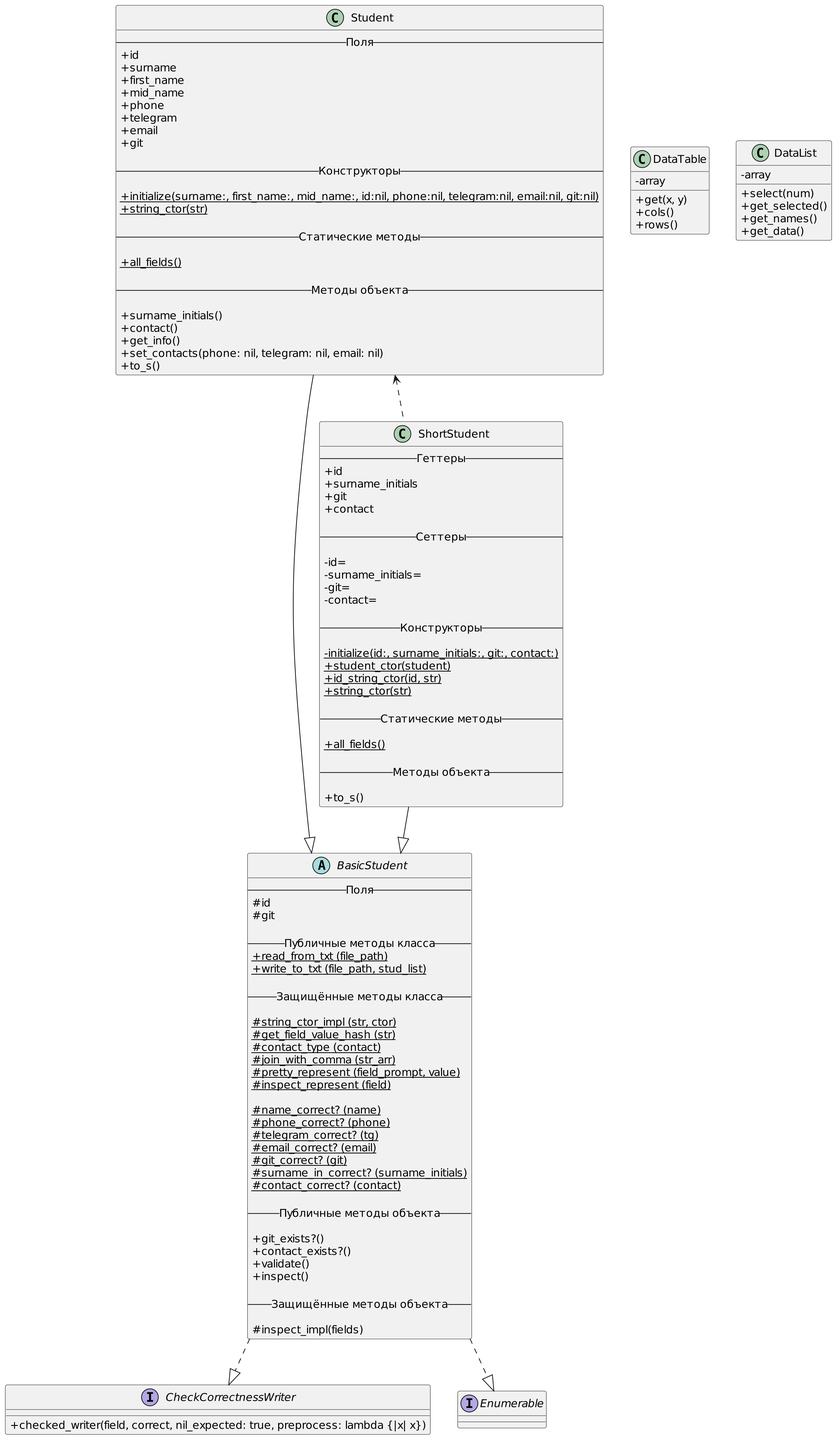
Before: LR2/uml/uml.png, a diagram exported from PlantUML (wintttr/OOP).
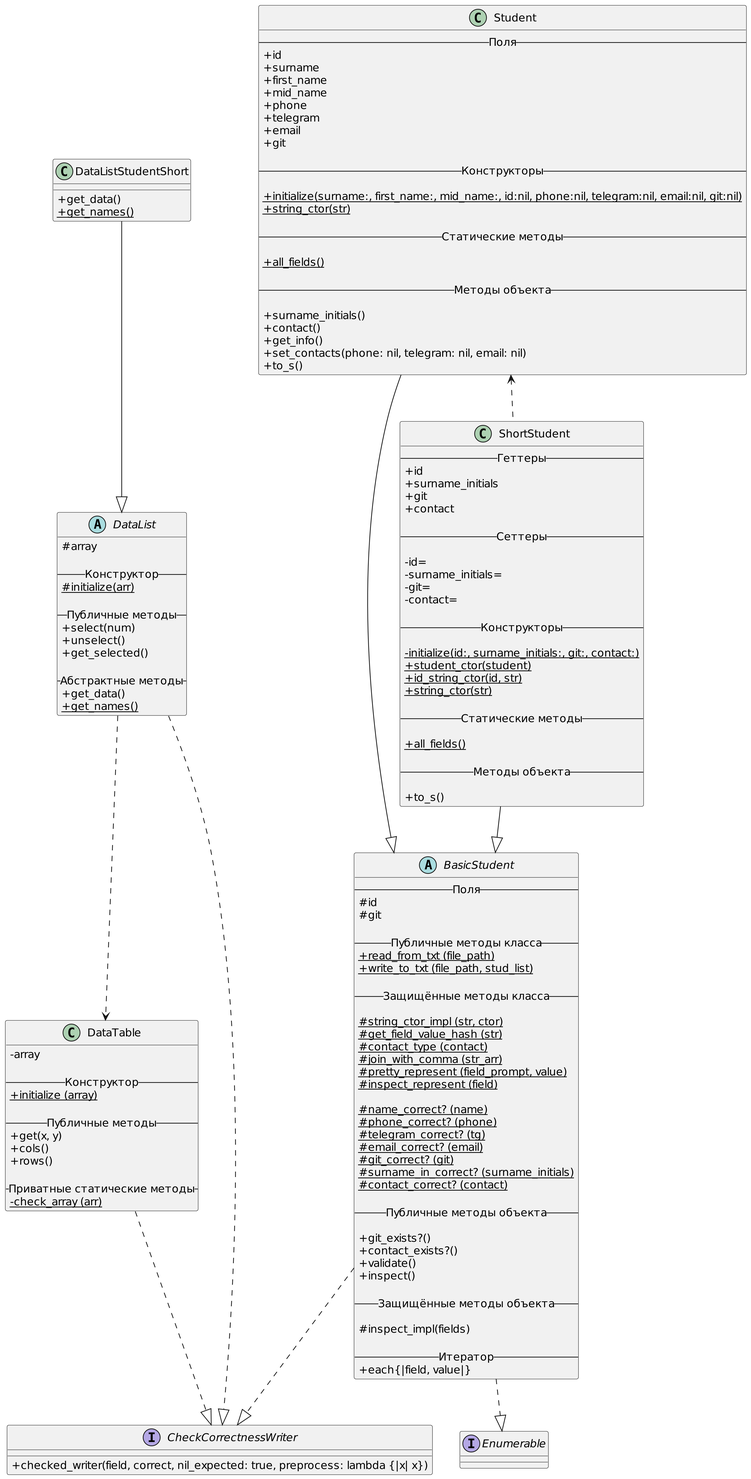
After the change.

Commit message:
Поправил диаграмму

Diff of the diagram source:
```diff
@@ -38,6 +38,9 @@
 	-- Защищённые методы объекта --
 
 	{method} # inspect_impl(fields)
+
+	-- Итератор --
+	{method} + each{|field, value|}
 }
 
 class Student {
@@ -102,18 +105,37 @@
 class DataTable {
 	{field} - array
 
+	-- Конструктор --
+	{static} + initialize (array)
+
+	-- Публичные методы --
 	{method} + get(x, y)
 	{method} + cols()
 	{method} + rows()
+
+	-- Приватные статические методы --
+	{static} - check_array (arr)
 }
 
-class DataList {
-	{field} - array
+abstract class DataList {
+	{field} # array
 
+	-- Конструктор --
+	{static} # initialize(arr)
+
+	-- Публичные методы --
 	{method} + select(num)
+	{method} + unselect()
 	{method} + get_selected()
-	{method} + get_names()
+
+	-- Абстрактные методы --
 	{method} + get_data()
+	{static} + get_names()
+}
+
+class DataListStudentShort {
+	{method} + get_data()
+	{static} + get_names()
 }
 
 interface CheckCorrectnessWriter {
@@ -122,12 +144,17 @@
 
 interface Enumerable {}
 
+BasicStudent ..|> CheckCorrectnessWriter
+DataTable ..|> CheckCorrectnessWriter
+DataList ..|> CheckCorrectnessWriter
 
-BasicStudent ..|> CheckCorrectnessWriter
 BasicStudent ..|> Enumerable
 
 Student --|> BasicStudent
 ShortStudent --|> BasicStudent
 Student <.. ShortStudent
 
+DataListStudentShort --|> DataList
+DataList ..> DataTable
+
 @enduml
```
